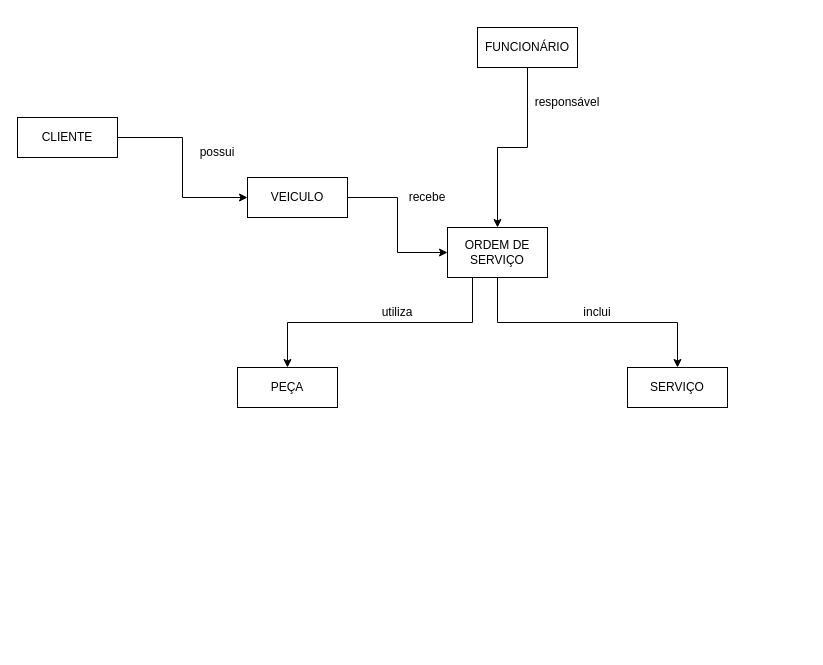
Tittozo/Project-FeioDiesel keeps this draw.io diagram as docs/database/diagrams/01-Simple-Diagram.drawio. Above is the earlier version. Source tidied: cells renumbered, new cells numbered last; positions are measured from the earlier drawing's top-left corner, leaving out a move shared by most shapes. Both pictures are drawn from the tidied source at 100%, with x=0, y=0 at pixel (17, 27).
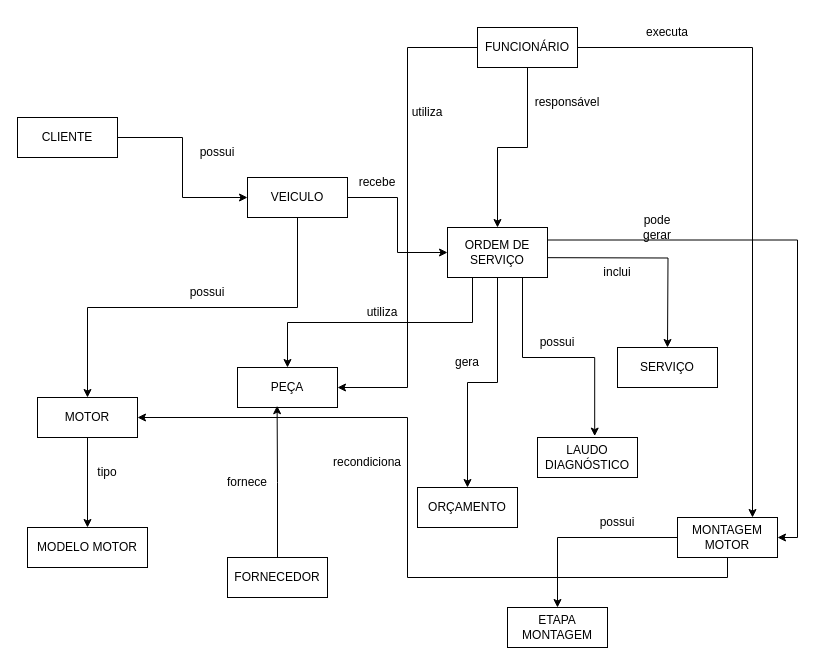
The same diagram, later.

Unchanged cells that the change refers to:
```xml
<mxCell id="5" value="VEICULO" style="whiteSpace=wrap;html=1;align=center;" parent="1" vertex="1">
  <mxGeometry x="230" y="150" width="100" height="40" as="geometry" />
</mxCell>
<mxCell id="8" value="ORDEM DE SERVIÇO" style="whiteSpace=wrap;html=1;align=center;" parent="1" vertex="1">
  <mxGeometry x="430" y="200" width="100" height="50" as="geometry" />
</mxCell>
<mxCell id="13" value="PEÇA" style="whiteSpace=wrap;html=1;align=center;" parent="1" vertex="1">
  <mxGeometry x="220" y="340" width="100" height="40" as="geometry" />
</mxCell>
<mxCell id="16" value="FUNCIONÁRIO" style="whiteSpace=wrap;html=1;align=center;" parent="1" vertex="1">
  <mxGeometry x="460" width="100" height="40" as="geometry" />
</mxCell>
```

What changed in the source:
```diff
@@
+    <mxCell id="18" style="edgeStyle=orthogonalEdgeStyle;rounded=0;jettySize=auto;html=1;exitX=0.5;exitY=1;exitDx=0;exitDy=0;entryX=0.5;entryY=0;entryDx=0;entryDy=0;" parent="1" edge="1" source="5" target="24">
+      <mxGeometry relative="1" as="geometry" />
+    </mxCell>
@@
-    <mxCell id="7" style="edgeStyle=orthogonalEdgeStyle;rounded=0;jettySize=auto;html=1;exitX=0.5;exitY=1;exitDx=0;exitDy=0;entryX=0.5;entryY=0;entryDx=0;entryDy=0;" parent="1" edge="1" source="8" target="11">
-      <mxGeometry relative="1" as="geometry" />
+    <mxCell id="7" style="edgeStyle=orthogonalEdgeStyle;rounded=0;orthogonalLoop=1;jettySize=auto;html=1;exitX=0.5;exitY=1;exitDx=0;exitDy=0;entryX=0.5;entryY=0;entryDx=0;entryDy=0;" parent="1" edge="1">
+      <mxGeometry relative="1" as="geometry">
+        <mxPoint x="470" y="230" as="sourcePoint" />
+        <mxPoint x="650" y="320" as="targetPoint" />
+      </mxGeometry>
     </mxCell>
+    <mxCell id="19" style="edgeStyle=orthogonalEdgeStyle;rounded=0;jettySize=auto;html=1;exitX=0.5;exitY=1;exitDx=0;exitDy=0;entryX=0.5;entryY=0;entryDx=0;entryDy=0;" parent="1" edge="1" source="8" target="28">
+      <mxGeometry relative="1" as="geometry" />
+    </mxCell>
+    <mxCell id="20" style="edgeStyle=orthogonalEdgeStyle;rounded=0;jettySize=auto;html=1;exitX=1;exitY=0.25;exitDx=0;exitDy=0;entryX=1;entryY=0.5;entryDx=0;entryDy=0;" parent="1" edge="1" source="8" target="35">
+      <mxGeometry relative="1" as="geometry" />
+    </mxCell>
@@
     <mxCell id="10" value="recebe" style="text;html=1;whiteSpace=wrap;strokeColor=none;fillColor=none;align=center;verticalAlign=middle;rounded=0;" parent="1" vertex="1">
-      <mxGeometry x="380" y="155" width="60" height="30" as="geometry" />
+      <mxGeometry x="330" y="140" width="60" height="30" as="geometry" />
     </mxCell>
     <mxCell id="11" value="SERVIÇO" style="whiteSpace=wrap;html=1;align=center;" parent="1" vertex="1">
-      <mxGeometry x="610" y="340" width="100" height="40" as="geometry" />
+      <mxGeometry x="600" y="320" width="100" height="40" as="geometry" />
     </mxCell>
     <mxCell id="12" value="inclui" style="text;html=1;whiteSpace=wrap;strokeColor=none;fillColor=none;align=center;verticalAlign=middle;rounded=0;" parent="1" vertex="1">
-      <mxGeometry x="550" y="270" width="60" height="30" as="geometry" />
+      <mxGeometry x="570" y="230" width="60" height="30" as="geometry" />
     </mxCell>
@@
     <mxCell id="14" value="utiliza" style="text;html=1;whiteSpace=wrap;strokeColor=none;fillColor=none;align=center;verticalAlign=middle;rounded=0;" parent="1" vertex="1">
-      <mxGeometry x="350" y="270" width="60" height="30" as="geometry" />
+      <mxGeometry x="335" y="270" width="60" height="30" as="geometry" />
     </mxCell>
@@
+    <mxCell id="21" style="edgeStyle=orthogonalEdgeStyle;rounded=0;jettySize=auto;html=1;exitX=1;exitY=0.5;exitDx=0;exitDy=0;entryX=0.75;entryY=0;entryDx=0;entryDy=0;" parent="1" edge="1" source="16" target="35">
+      <mxGeometry relative="1" as="geometry" />
+    </mxCell>
+    <mxCell id="22" style="edgeStyle=orthogonalEdgeStyle;rounded=0;jettySize=auto;html=1;exitX=0;exitY=0.5;exitDx=0;exitDy=0;entryX=1;entryY=0.5;entryDx=0;entryDy=0;" parent="1" edge="1" source="16" target="13">
+      <mxGeometry relative="1" as="geometry" />
+    </mxCell>
@@
+    <mxCell id="23" style="edgeStyle=orthogonalEdgeStyle;rounded=0;jettySize=auto;html=1;exitX=0.5;exitY=1;exitDx=0;exitDy=0;entryX=0.5;entryY=0;entryDx=0;entryDy=0;" parent="1" edge="1" source="24" target="26">
+      <mxGeometry relative="1" as="geometry" />
+    </mxCell>
+    <mxCell id="24" value="MOTOR" style="whiteSpace=wrap;html=1;align=center;" parent="1" vertex="1">
+      <mxGeometry x="20" y="370" width="100" height="40" as="geometry" />
+    </mxCell>
+    <mxCell id="25" value="possui" style="text;html=1;whiteSpace=wrap;strokeColor=none;fillColor=none;align=center;verticalAlign=middle;rounded=0;" parent="1" vertex="1">
+      <mxGeometry x="160" y="250" width="60" height="30" as="geometry" />
+    </mxCell>
+    <mxCell id="26" value="MODELO MOTOR" style="whiteSpace=wrap;html=1;align=center;" parent="1" vertex="1">
+      <mxGeometry x="10" y="500" width="120" height="40" as="geometry" />
+    </mxCell>
+    <mxCell id="27" value="tipo" style="text;html=1;whiteSpace=wrap;strokeColor=none;fillColor=none;align=center;verticalAlign=middle;rounded=0;" parent="1" vertex="1">
+      <mxGeometry x="60" y="430" width="60" height="30" as="geometry" />
+    </mxCell>
+    <mxCell id="28" value="ORÇAMENTO" style="whiteSpace=wrap;html=1;align=center;" parent="1" vertex="1">
+      <mxGeometry x="400" y="460" width="100" height="40" as="geometry" />
+    </mxCell>
+    <mxCell id="29" value="gera" style="text;html=1;whiteSpace=wrap;strokeColor=none;fillColor=none;align=center;verticalAlign=middle;rounded=0;" parent="1" vertex="1">
+      <mxGeometry x="420" y="320" width="60" height="30" as="geometry" />
+    </mxCell>
+    <mxCell id="30" value="LAUDO&lt;div&gt;DIAGNÓSTICO&lt;/div&gt;" style="whiteSpace=wrap;html=1;align=center;" parent="1" vertex="1">
+      <mxGeometry x="520" y="410" width="100" height="40" as="geometry" />
+    </mxCell>
+    <mxCell id="31" style="edgeStyle=orthogonalEdgeStyle;rounded=0;jettySize=auto;html=1;exitX=0.75;exitY=1;exitDx=0;exitDy=0;entryX=0.572;entryY=-0.035;entryDx=0;entryDy=0;entryPerimeter=0;" parent="1" edge="1" source="8" target="30">
+      <mxGeometry relative="1" as="geometry" />
+    </mxCell>
+    <mxCell id="32" value="possui" style="text;html=1;whiteSpace=wrap;strokeColor=none;fillColor=none;align=center;verticalAlign=middle;rounded=0;" parent="1" vertex="1">
+      <mxGeometry x="510" y="300" width="60" height="30" as="geometry" />
+    </mxCell>
+    <mxCell id="33" style="edgeStyle=orthogonalEdgeStyle;rounded=0;jettySize=auto;html=1;exitX=0;exitY=0.5;exitDx=0;exitDy=0;entryX=0.5;entryY=0;entryDx=0;entryDy=0;" parent="1" edge="1" source="35" target="36">
+      <mxGeometry relative="1" as="geometry" />
+    </mxCell>
+    <mxCell id="34" style="edgeStyle=orthogonalEdgeStyle;rounded=0;jettySize=auto;html=1;exitX=0.5;exitY=1;exitDx=0;exitDy=0;entryX=1;entryY=0.5;entryDx=0;entryDy=0;" parent="1" edge="1" source="35" target="24">
+      <mxGeometry relative="1" as="geometry" />
+    </mxCell>
+    <mxCell id="35" value="MONTAGEM&lt;div&gt;MOTOR&lt;/div&gt;" style="whiteSpace=wrap;html=1;align=center;" parent="1" vertex="1">
+      <mxGeometry x="660" y="490" width="100" height="40" as="geometry" />
+    </mxCell>
+    <mxCell id="36" value="ETAPA&lt;div&gt;MONTAGEM&lt;/div&gt;" style="whiteSpace=wrap;html=1;align=center;" parent="1" vertex="1">
+      <mxGeometry x="490" y="580" width="100" height="40" as="geometry" />
+    </mxCell>
+    <mxCell id="37" value="pode gerar" style="text;html=1;whiteSpace=wrap;strokeColor=none;fillColor=none;align=center;verticalAlign=middle;rounded=0;" parent="1" vertex="1">
+      <mxGeometry x="610" y="185" width="60" height="30" as="geometry" />
+    </mxCell>
+    <mxCell id="38" value="possui" style="text;html=1;whiteSpace=wrap;strokeColor=none;fillColor=none;align=center;verticalAlign=middle;rounded=0;" parent="1" vertex="1">
+      <mxGeometry x="570" y="480" width="60" height="30" as="geometry" />
+    </mxCell>
+    <mxCell id="39" value="FORNECEDOR" style="whiteSpace=wrap;html=1;align=center;" parent="1" vertex="1">
+      <mxGeometry x="210" y="530" width="100" height="40" as="geometry" />
+    </mxCell>
+    <mxCell id="40" style="edgeStyle=orthogonalEdgeStyle;rounded=0;jettySize=auto;html=1;exitX=0.5;exitY=0;exitDx=0;exitDy=0;entryX=0.396;entryY=0.955;entryDx=0;entryDy=0;entryPerimeter=0;" parent="1" edge="1" source="39" target="13">
+      <mxGeometry relative="1" as="geometry" />
+    </mxCell>
+    <mxCell id="41" value="fornece" style="text;html=1;whiteSpace=wrap;strokeColor=none;fillColor=none;align=center;verticalAlign=middle;rounded=0;" parent="1" vertex="1">
+      <mxGeometry x="200" y="440" width="60" height="30" as="geometry" />
+    </mxCell>
+    <mxCell id="42" value="executa" style="text;html=1;whiteSpace=wrap;strokeColor=none;fillColor=none;align=center;verticalAlign=middle;rounded=0;" parent="1" vertex="1">
+      <mxGeometry x="620" y="-10" width="60" height="30" as="geometry" />
+    </mxCell>
+    <mxCell id="43" value="utiliza" style="text;html=1;whiteSpace=wrap;strokeColor=none;fillColor=none;align=center;verticalAlign=middle;rounded=0;" parent="1" vertex="1">
+      <mxGeometry x="380" y="70" width="60" height="30" as="geometry" />
+    </mxCell>
+    <mxCell id="44" value="recondiciona" style="text;html=1;whiteSpace=wrap;strokeColor=none;fillColor=none;align=center;verticalAlign=middle;rounded=0;" parent="1" vertex="1">
+      <mxGeometry x="320" y="420" width="60" height="30" as="geometry" />
+    </mxCell>
```
